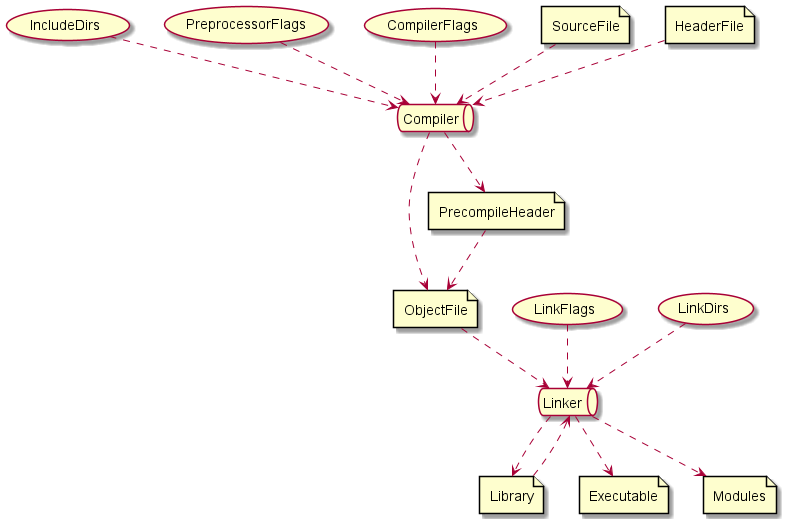
Earlier version of the PlantUML export doc/software_architecture/uml/dependency_graph.png (coder137/build_in_cpp). Source of this version:
```plantuml
@startuml


usecase IncludeDirs
usecase PreprocessorFlags
usecase CompilerFlags

usecase LinkFlags
usecase LinkDirs

file SourceFile
file HeaderFile
file ObjectFile
file PrecompileHeader
file Executable
file Library
file Modules

queue Compiler
queue Linker

HeaderFile ..> Compiler
IncludeDirs ..> Compiler
PreprocessorFlags ..> Compiler
CompilerFlags ..> Compiler
SourceFile ..> Compiler

Compiler ..> ObjectFile
Compiler ..> PrecompileHeader

PrecompileHeader ..> ObjectFile

LinkFlags ..> Linker
LinkDirs ..> Linker
ObjectFile ..> Linker
Library ..> Linker

Linker ..> Executable
Linker ..> Library
Linker ..> Modules

@enduml
```
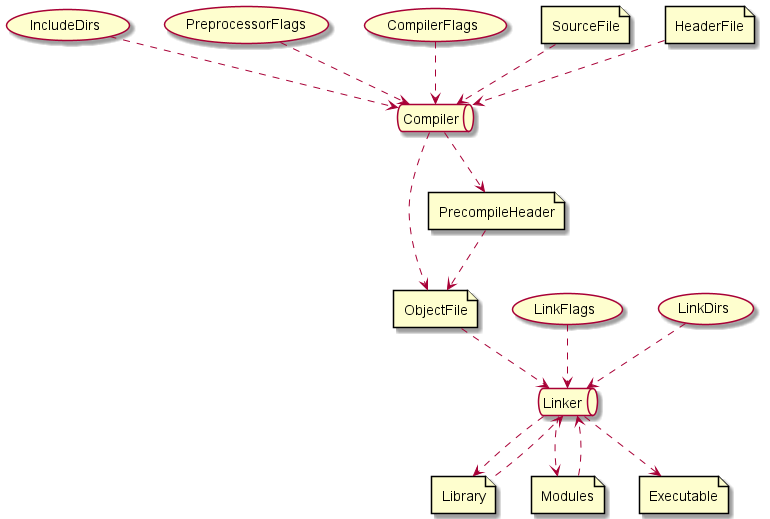
After the change.

Diff of the diagram source:
```diff
@@ -34,6 +34,7 @@
 LinkDirs ..> Linker
 ObjectFile ..> Linker
 Library ..> Linker
+Modules ..> Linker
 
 Linker ..> Executable
 Linker ..> Library
```
